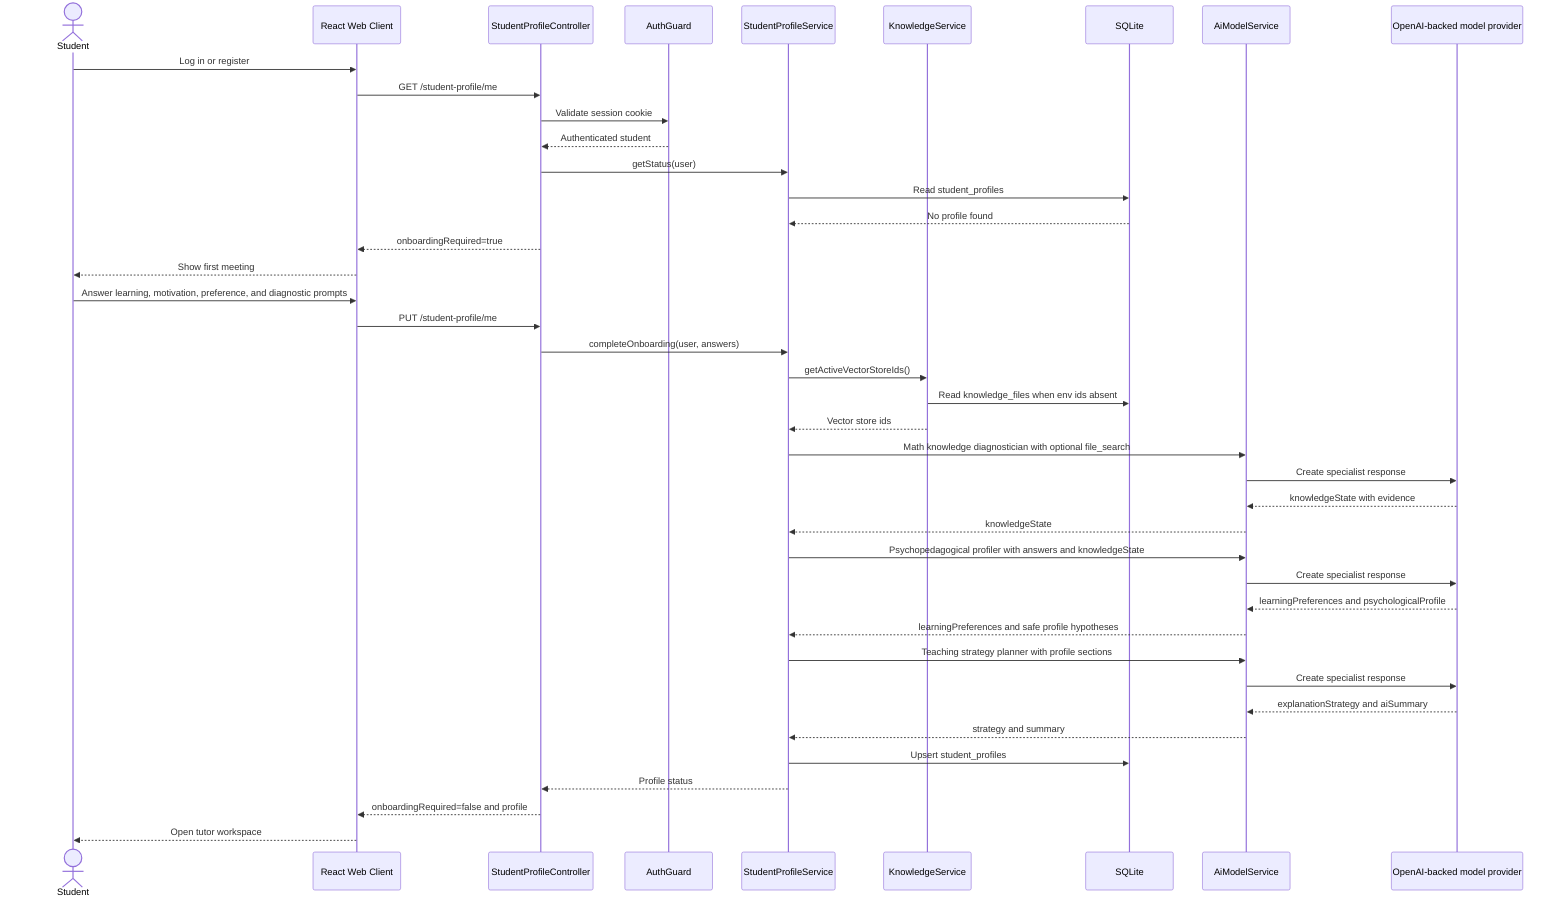
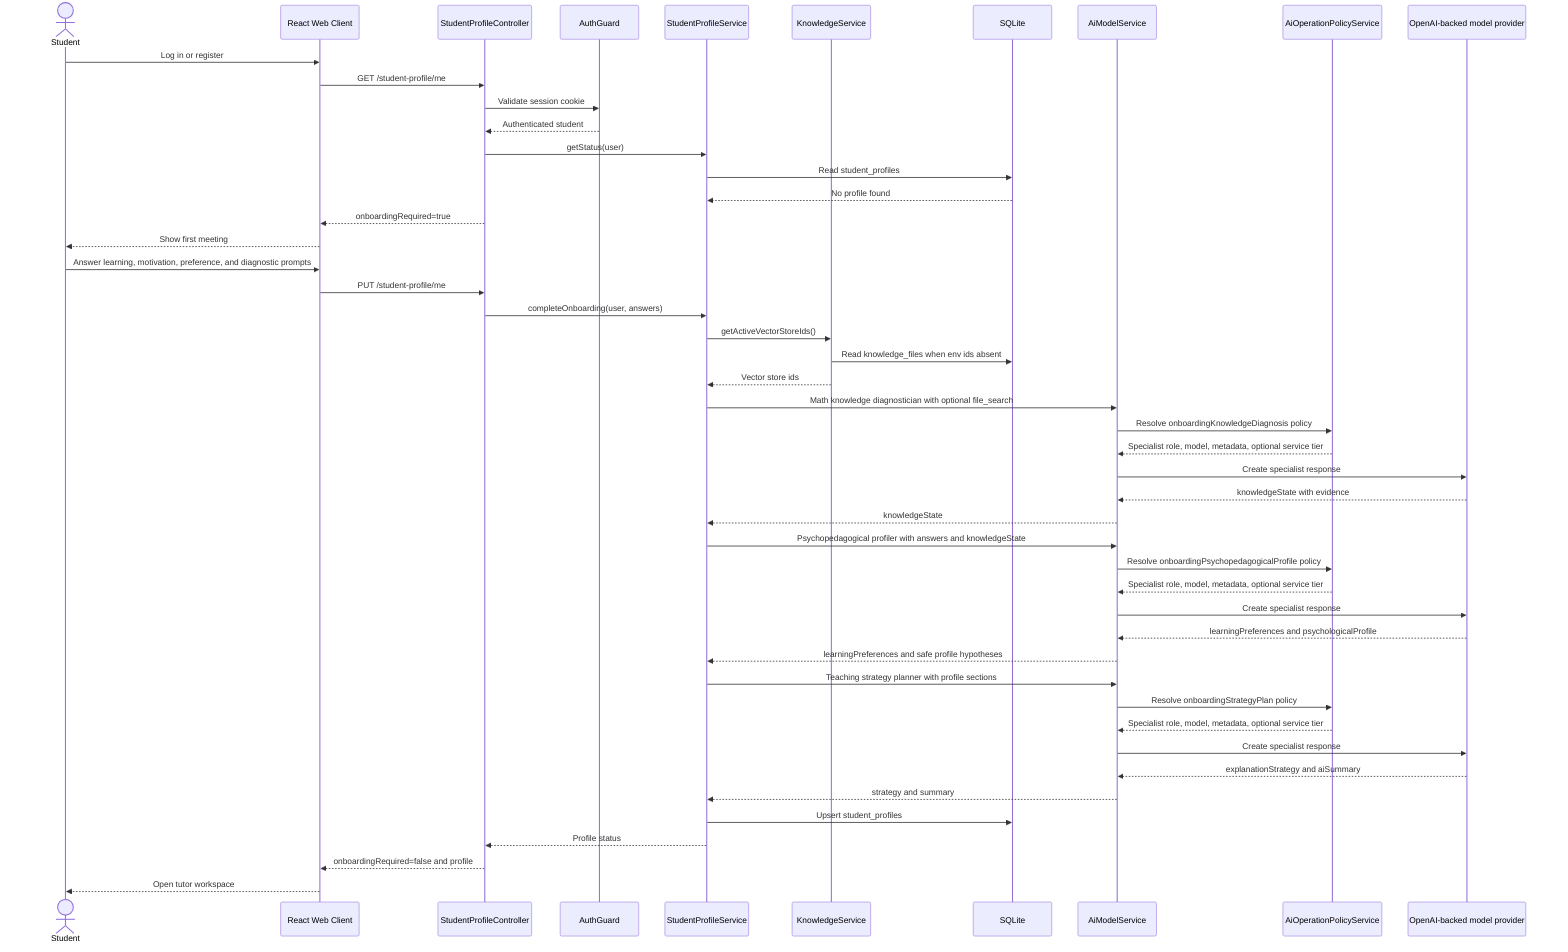
sequenceDiagram
  actor Student
  participant Web as React Web Client
  participant API as StudentProfileController
  participant Auth as AuthGuard
  participant Profile as StudentProfileService
  participant Knowledge as KnowledgeService
  participant DB as SQLite
  participant AIModel as AiModelService
+   participant Policy as AiOperationPolicyService
  participant OpenAI as OpenAI-backed model provider

  Student->>Web: Log in or register
  Web->>API: GET /student-profile/me
  API->>Auth: Validate session cookie
  Auth-->>API: Authenticated student
  API->>Profile: getStatus(user)
  Profile->>DB: Read student_profiles
  DB-->>Profile: No profile found
  API-->>Web: onboardingRequired=true
  Web-->>Student: Show first meeting
  Student->>Web: Answer learning, motivation, preference, and diagnostic prompts
  Web->>API: PUT /student-profile/me
  API->>Profile: completeOnboarding(user, answers)
  Profile->>Knowledge: getActiveVectorStoreIds()
  Knowledge->>DB: Read knowledge_files when env ids absent
  Knowledge-->>Profile: Vector store ids
  Profile->>AIModel: Math knowledge diagnostician with optional file_search
+   AIModel->>Policy: Resolve onboardingKnowledgeDiagnosis policy
+   Policy-->>AIModel: Specialist role, model, metadata, optional service tier
  AIModel->>OpenAI: Create specialist response
  OpenAI-->>AIModel: knowledgeState with evidence
  AIModel-->>Profile: knowledgeState
  Profile->>AIModel: Psychopedagogical profiler with answers and knowledgeState
+   AIModel->>Policy: Resolve onboardingPsychopedagogicalProfile policy
+   Policy-->>AIModel: Specialist role, model, metadata, optional service tier
  AIModel->>OpenAI: Create specialist response
  OpenAI-->>AIModel: learningPreferences and psychologicalProfile
  AIModel-->>Profile: learningPreferences and safe profile hypotheses
  Profile->>AIModel: Teaching strategy planner with profile sections
+   AIModel->>Policy: Resolve onboardingStrategyPlan policy
+   Policy-->>AIModel: Specialist role, model, metadata, optional service tier
  AIModel->>OpenAI: Create specialist response
  OpenAI-->>AIModel: explanationStrategy and aiSummary
  AIModel-->>Profile: strategy and summary
  Profile->>DB: Upsert student_profiles
  Profile-->>API: Profile status
  API-->>Web: onboardingRequired=false and profile
  Web-->>Student: Open tutor workspace
